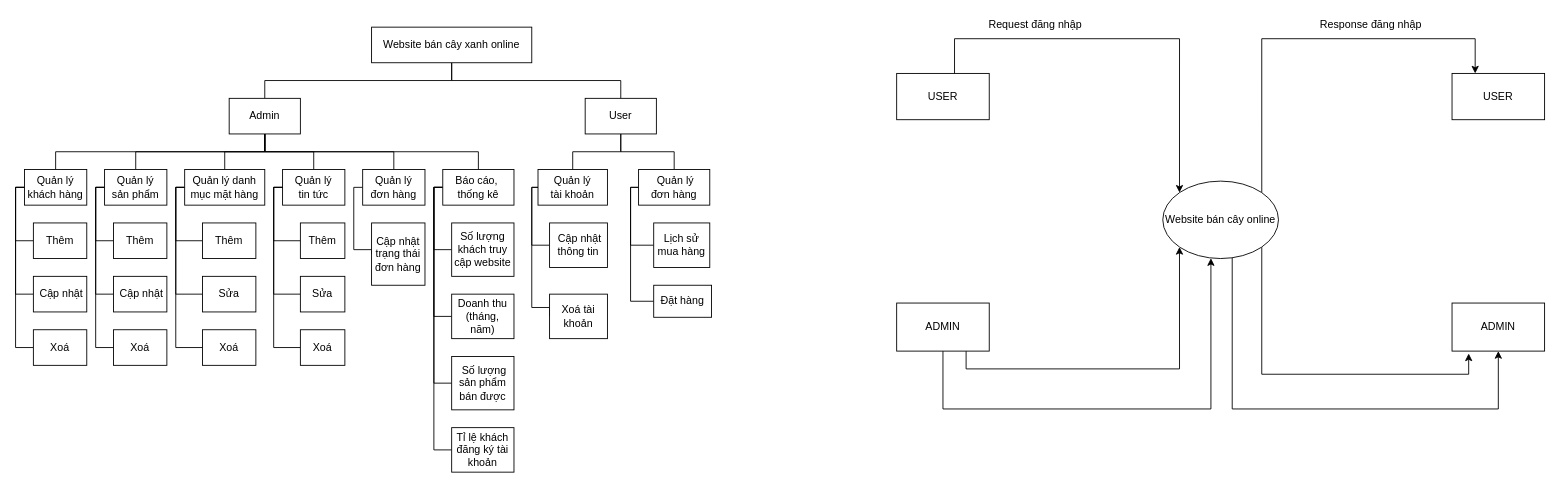
The draw.io diagram Untitled Diagram.drawio in lmtNoLimit/plants-store-laravel, before the edit. Source tidied: cells renumbered, new cells numbered last; positions are measured from the earlier drawing's top-left corner, leaving out a move shared by most shapes. Both pictures are drawn from the tidied source at 89%, with x=0, y=0 at pixel (15, 15).
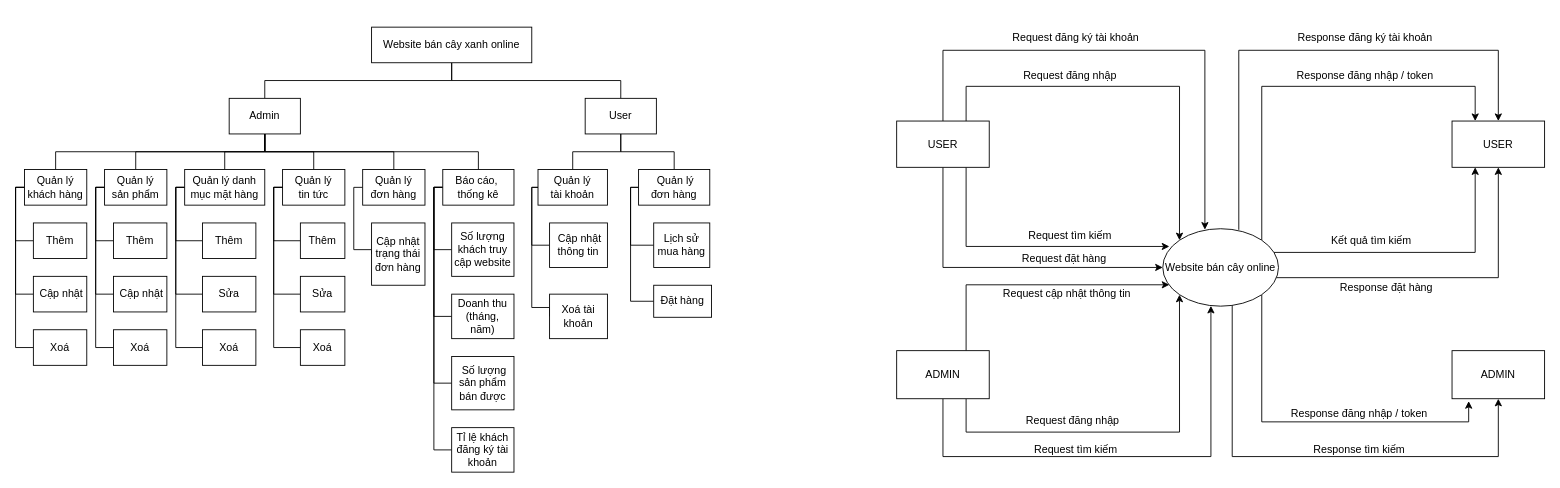
After the change.

What changed in the source:
```diff
@@
     <mxCell id="65" style="edgeStyle=orthogonalEdgeStyle;rounded=0;jettySize=auto;html=1;exitX=1;exitY=1;exitDx=0;exitDy=0;entryX=0.18;entryY=1.05;entryDx=0;entryDy=0;entryPerimeter=0;endArrow=classic;endFill=1;" parent="1" edge="1" source="68" target="75">
       <mxGeometry relative="1" as="geometry">
         <Array as="points">
-          <mxPoint x="1400" y="403" />
-          <mxPoint x="1633" y="403" />
+          <mxPoint x="1400" y="456.5" />
+          <mxPoint x="1633" y="456.5" />
         </Array>
       </mxGeometry>
     </mxCell>
     <mxCell id="66" style="edgeStyle=orthogonalEdgeStyle;rounded=0;jettySize=auto;html=1;entryX=0.5;entryY=1;entryDx=0;entryDy=0;endArrow=classic;endFill=1;" parent="1" edge="1" source="68" target="75">
       <mxGeometry relative="1" as="geometry">
         <Array as="points">
-          <mxPoint x="1367" y="442" />
-          <mxPoint x="1666" y="442" />
+          <mxPoint x="1367" y="495.5" />
+          <mxPoint x="1666" y="495.5" />
         </Array>
       </mxGeometry>
     </mxCell>
     <mxCell id="67" style="edgeStyle=orthogonalEdgeStyle;rounded=0;jettySize=auto;html=1;exitX=1;exitY=0;exitDx=0;exitDy=0;entryX=0.25;entryY=0;entryDx=0;entryDy=0;endArrow=classic;endFill=1;" parent="1" edge="1" source="68" target="77">
       <mxGeometry relative="1" as="geometry">
         <Array as="points">
-          <mxPoint x="1400" y="26" />
-          <mxPoint x="1640" y="26" />
+          <mxPoint x="1400" y="79.5" />
+          <mxPoint x="1640" y="79.5" />
         </Array>
       </mxGeometry>
     </mxCell>
+    <mxCell id="79" style="edgeStyle=orthogonalEdgeStyle;rounded=0;jettySize=auto;html=1;exitX=0.657;exitY=0.014;exitDx=0;exitDy=0;entryX=0.5;entryY=0;entryDx=0;entryDy=0;exitPerimeter=0;" parent="1" edge="1" source="68" target="77">
+      <mxGeometry relative="1" as="geometry">
+        <Array as="points">
+          <mxPoint x="1374" y="39" />
+          <mxPoint x="1666" y="39" />
+        </Array>
+      </mxGeometry>
+    </mxCell>
+    <mxCell id="80" style="edgeStyle=orthogonalEdgeStyle;rounded=0;jettySize=auto;html=1;exitX=0.957;exitY=0.306;exitDx=0;exitDy=0;entryX=0.25;entryY=1;entryDx=0;entryDy=0;exitPerimeter=0;" parent="1" edge="1" source="68" target="77">
+      <mxGeometry relative="1" as="geometry" />
+    </mxCell>
+    <mxCell id="81" style="edgeStyle=orthogonalEdgeStyle;rounded=0;jettySize=auto;html=1;exitX=0.973;exitY=0.632;exitDx=0;exitDy=0;entryX=0.5;entryY=1;entryDx=0;entryDy=0;exitPerimeter=0;" parent="1" edge="1" source="68" target="77">
+      <mxGeometry relative="1" as="geometry" />
+    </mxCell>
     <mxCell id="68" value="Website bán cây online" style="ellipse;whiteSpace=wrap;html=1;" parent="1" vertex="1">
-      <mxGeometry x="1289" y="186" width="130" height="87" as="geometry" />
+      <mxGeometry x="1289" y="239.5" width="130" height="87" as="geometry" />
     </mxCell>
     <mxCell id="69" style="edgeStyle=orthogonalEdgeStyle;rounded=0;jettySize=auto;html=1;exitX=0.75;exitY=1;exitDx=0;exitDy=0;entryX=0;entryY=1;entryDx=0;entryDy=0;endArrow=classic;endFill=1;" parent="1" edge="1" source="71" target="68">
-      <mxGeometry relative="1" as="geometry" />
+      <mxGeometry relative="1" as="geometry">
+        <Array as="points">
+          <mxPoint x="1068" y="468" />
+          <mxPoint x="1308" y="468" />
+        </Array>
+      </mxGeometry>
     </mxCell>
     <mxCell id="70" style="edgeStyle=orthogonalEdgeStyle;rounded=0;jettySize=auto;html=1;exitX=0.5;exitY=1;exitDx=0;exitDy=0;entryX=0.416;entryY=0.996;entryDx=0;entryDy=0;entryPerimeter=0;endArrow=classic;endFill=1;" parent="1" edge="1" source="71" target="68">
       <mxGeometry relative="1" as="geometry">
         <Array as="points">
-          <mxPoint x="1042" y="442" />
-          <mxPoint x="1343" y="442" />
+          <mxPoint x="1042" y="495.5" />
+          <mxPoint x="1343" y="495.5" />
         </Array>
       </mxGeometry>
     </mxCell>
+    <mxCell id="82" style="edgeStyle=orthogonalEdgeStyle;rounded=0;jettySize=auto;html=1;exitX=0.75;exitY=0;exitDx=0;exitDy=0;entryX=0.057;entryY=0.724;entryDx=0;entryDy=0;entryPerimeter=0;" parent="1" edge="1" source="71" target="68">
+      <mxGeometry relative="1" as="geometry">
+        <Array as="points">
+          <mxPoint x="1068" y="303" />
+        </Array>
+      </mxGeometry>
+    </mxCell>
     <mxCell id="71" value="ADMIN" style="rounded=0;whiteSpace=wrap;html=1;" parent="1" vertex="1">
-      <mxGeometry x="990" y="323" width="104" height="54" as="geometry" />
+      <mxGeometry x="990" y="376.5" width="104" height="54" as="geometry" />
     </mxCell>
     <mxCell id="72" style="edgeStyle=orthogonalEdgeStyle;rounded=0;jettySize=auto;html=1;exitX=0.25;exitY=0;exitDx=0;exitDy=0;endArrow=classic;endFill=1;entryX=0;entryY=0;entryDx=0;entryDy=0;" parent="1" edge="1" source="73" target="68">
       <mxGeometry relative="1" as="geometry">
         <Array as="points">
-          <mxPoint x="1016" y="73" />
-          <mxPoint x="1055" y="73" />
-          <mxPoint x="1055" y="26" />
-          <mxPoint x="1308" y="26" />
+          <mxPoint x="1016" y="126.5" />
+          <mxPoint x="1068" y="126.5" />
+          <mxPoint x="1068" y="79.5" />
+          <mxPoint x="1308" y="79.5" />
         </Array>
       </mxGeometry>
     </mxCell>
+    <mxCell id="83" style="edgeStyle=orthogonalEdgeStyle;rounded=0;jettySize=auto;html=1;exitX=0.75;exitY=1;exitDx=0;exitDy=0;entryX=0.057;entryY=0.229;entryDx=0;entryDy=0;entryPerimeter=0;" parent="1" edge="1" source="73" target="68">
+      <mxGeometry relative="1" as="geometry">
+        <Array as="points">
+          <mxPoint x="1068" y="259" />
+        </Array>
+      </mxGeometry>
+    </mxCell>
+    <mxCell id="84" style="edgeStyle=orthogonalEdgeStyle;rounded=0;jettySize=auto;html=1;exitX=0.5;exitY=0;exitDx=0;exitDy=0;entryX=0.364;entryY=0.012;entryDx=0;entryDy=0;entryPerimeter=0;" parent="1" edge="1" source="73" target="68">
+      <mxGeometry relative="1" as="geometry">
+        <Array as="points">
+          <mxPoint x="1042" y="39" />
+          <mxPoint x="1336" y="39" />
+        </Array>
+      </mxGeometry>
+    </mxCell>
+    <mxCell id="85" style="edgeStyle=orthogonalEdgeStyle;rounded=0;jettySize=auto;html=1;exitX=0.5;exitY=1;exitDx=0;exitDy=0;entryX=0;entryY=0.5;entryDx=0;entryDy=0;" parent="1" edge="1" source="73" target="68">
+      <mxGeometry relative="1" as="geometry">
+        <Array as="points">
+          <mxPoint x="1042" y="283" />
+        </Array>
+      </mxGeometry>
+    </mxCell>
     <mxCell id="73" value="USER" style="rounded=0;whiteSpace=wrap;html=1;" parent="1" vertex="1">
-      <mxGeometry x="990" y="65" width="104" height="52" as="geometry" />
+      <mxGeometry x="990" y="118.5" width="104" height="52" as="geometry" />
     </mxCell>
     <mxCell id="74" value="Request đăng nhập&lt;br&gt;" style="text;html=1;strokeColor=none;fillColor=none;align=center;verticalAlign=middle;whiteSpace=wrap;rounded=0;" parent="1" vertex="1">
-      <mxGeometry x="1081" width="130" height="20" as="geometry" />
+      <mxGeometry x="1120" y="57.5" width="130" height="20" as="geometry" />
     </mxCell>
     <mxCell id="75" value="ADMIN" style="rounded=0;whiteSpace=wrap;html=1;" parent="1" vertex="1">
-      <mxGeometry x="1614" y="323" width="104" height="54" as="geometry" />
+      <mxGeometry x="1614" y="376.5" width="104" height="54" as="geometry" />
     </mxCell>
@@
     <mxCell id="77" value="USER" style="rounded=0;whiteSpace=wrap;html=1;" parent="1" vertex="1">
-      <mxGeometry x="1614" y="65" width="104" height="52" as="geometry" />
+      <mxGeometry x="1614" y="118.5" width="104" height="52" as="geometry" />
     </mxCell>
-    <mxCell id="78" value="Response đăng nhập" style="text;html=1;strokeColor=none;fillColor=none;align=center;verticalAlign=middle;whiteSpace=wrap;rounded=0;" parent="1" vertex="1">
-      <mxGeometry x="1458" width="130" height="20" as="geometry" />
+    <mxCell id="78" value="Response đăng nhập / token" style="text;html=1;strokeColor=none;fillColor=none;align=center;verticalAlign=middle;whiteSpace=wrap;rounded=0;" parent="1" vertex="1">
+      <mxGeometry x="1419" y="57.5" width="195" height="20" as="geometry" />
     </mxCell>
+    <mxCell id="86" value="Request tìm kiếm" style="text;html=1;strokeColor=none;fillColor=none;align=center;verticalAlign=middle;whiteSpace=wrap;rounded=0;" parent="1" vertex="1">
+      <mxGeometry x="1133" y="237.5" width="104" height="20" as="geometry" />
+    </mxCell>
+    <mxCell id="87" value="Request đăng ký tài khoản" style="text;html=1;strokeColor=none;fillColor=none;align=center;verticalAlign=middle;whiteSpace=wrap;rounded=0;" parent="1" vertex="1">
+      <mxGeometry x="1107" y="15" width="169" height="20" as="geometry" />
+    </mxCell>
+    <mxCell id="88" value="Request cập nhật thông tin" style="text;html=1;strokeColor=none;fillColor=none;align=center;verticalAlign=middle;whiteSpace=wrap;rounded=0;" parent="1" vertex="1">
+      <mxGeometry x="1097" y="303" width="169" height="20" as="geometry" />
+    </mxCell>
+    <mxCell id="89" value="Request đăng nhập&lt;br&gt;" style="text;html=1;strokeColor=none;fillColor=none;align=center;verticalAlign=middle;whiteSpace=wrap;rounded=0;" parent="1" vertex="1">
+      <mxGeometry x="1122.5" y="445" width="130" height="20" as="geometry" />
+    </mxCell>
+    <mxCell id="90" value="Request tìm kiếm" style="text;html=1;strokeColor=none;fillColor=none;align=center;verticalAlign=middle;whiteSpace=wrap;rounded=0;" parent="1" vertex="1">
+      <mxGeometry x="1120" y="478" width="143" height="20" as="geometry" />
+    </mxCell>
+    <mxCell id="91" value="Response tìm kiếm" style="text;html=1;strokeColor=none;fillColor=none;align=center;verticalAlign=middle;whiteSpace=wrap;rounded=0;" parent="1" vertex="1">
+      <mxGeometry x="1419" y="478" width="182" height="20" as="geometry" />
+    </mxCell>
+    <mxCell id="92" value="Response đăng nhập / token" style="text;html=1;strokeColor=none;fillColor=none;align=center;verticalAlign=middle;whiteSpace=wrap;rounded=0;" parent="1" vertex="1">
+      <mxGeometry x="1419" y="436.5" width="182" height="20" as="geometry" />
+    </mxCell>
+    <mxCell id="93" value="Response đăng ký tài khoản" style="text;html=1;strokeColor=none;fillColor=none;align=center;verticalAlign=middle;whiteSpace=wrap;rounded=0;" parent="1" vertex="1">
+      <mxGeometry x="1432" y="15" width="169" height="20" as="geometry" />
+    </mxCell>
+    <mxCell id="94" value="Kết quả tìm kiếm" style="text;html=1;strokeColor=none;fillColor=none;align=center;verticalAlign=middle;whiteSpace=wrap;rounded=0;" parent="1" vertex="1">
+      <mxGeometry x="1438.5" y="243" width="169" height="20" as="geometry" />
+    </mxCell>
+    <mxCell id="95" value="Response đặt hàng" style="text;html=1;strokeColor=none;fillColor=none;align=center;verticalAlign=middle;whiteSpace=wrap;rounded=0;" parent="1" vertex="1">
+      <mxGeometry x="1443" y="296" width="195" height="20" as="geometry" />
+    </mxCell>
+    <mxCell id="96" value="Request đặt hàng" style="text;html=1;strokeColor=none;fillColor=none;align=center;verticalAlign=middle;whiteSpace=wrap;rounded=0;" parent="1" vertex="1">
+      <mxGeometry x="1120" y="263" width="117" height="20" as="geometry" />
+    </mxCell>
```
